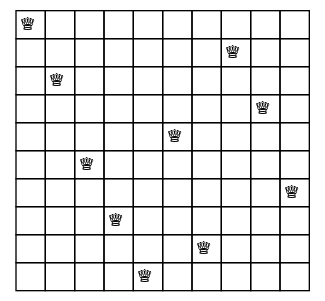
The Graphviz diagram graph.dot.png in CSUNSA1704250/parallel-nqueens-problem-omp, before a commit. Its source is kept beside it as graph.dot.
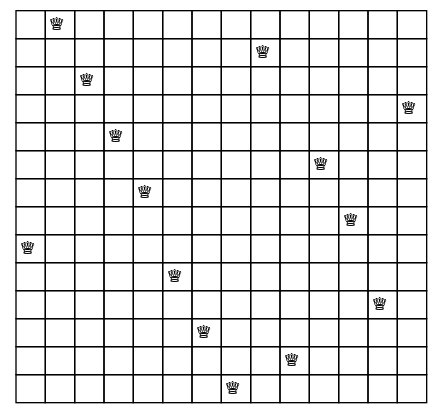
After the commit.

What changed in the source:
```diff
@@ -3,15 +3,19 @@
   some_node [
   label=<
   <table border="0" cellborder="1" cellspacing="0">
-  <tr><td>&#9813; </td><td> </td><td> </td><td> </td><td> </td><td> </td><td> </td><td> </td><td> </td><td> </td> </tr>
- <tr><td> </td><td> </td><td> </td><td> </td><td> </td><td> </td><td> </td><td>&#9813; </td><td> </td><td> </td> </tr>
- <tr><td> </td><td>&#9813; </td><td> </td><td> </td><td> </td><td> </td><td> </td><td> </td><td> </td><td> </td> </tr>
- <tr><td> </td><td> </td><td> </td><td> </td><td> </td><td> </td><td> </td><td> </td><td>&#9813; </td><td> </td> </tr>
- <tr><td> </td><td> </td><td> </td><td> </td><td> </td><td>&#9813; </td><td> </td><td> </td><td> </td><td> </td> </tr>
- <tr><td> </td><td> </td><td>&#9813; </td><td> </td><td> </td><td> </td><td> </td><td> </td><td> </td><td> </td> </tr>
- <tr><td> </td><td> </td><td> </td><td> </td><td> </td><td> </td><td> </td><td> </td><td> </td><td>&#9813; </td> </tr>
- <tr><td> </td><td> </td><td> </td><td>&#9813; </td><td> </td><td> </td><td> </td><td> </td><td> </td><td> </td> </tr>
- <tr><td> </td><td> </td><td> </td><td> </td><td> </td><td> </td><td>&#9813; </td><td> </td><td> </td><td> </td> </tr>
- <tr><td> </td><td> </td><td> </td><td> </td><td>&#9813; </td><td> </td><td> </td><td> </td><td> </td><td> </td> </tr>
+  <tr><td> </td><td>&#9813; </td><td> </td><td> </td><td> </td><td> </td><td> </td><td> </td><td> </td><td> </td><td> </td><td> </td><td> </td><td> </td> </tr>
+ <tr><td> </td><td> </td><td> </td><td> </td><td> </td><td> </td><td> </td><td> </td><td>&#9813; </td><td> </td><td> </td><td> </td><td> </td><td> </td> </tr>
+ <tr><td> </td><td> </td><td>&#9813; </td><td> </td><td> </td><td> </td><td> </td><td> </td><td> </td><td> </td><td> </td><td> </td><td> </td><td> </td> </tr>
+ <tr><td> </td><td> </td><td> </td><td> </td><td> </td><td> </td><td> </td><td> </td><td> </td><td> </td><td> </td><td> </td><td> </td><td>&#9813; </td> </tr>
+ <tr><td> </td><td> </td><td> </td><td>&#9813; </td><td> </td><td> </td><td> </td><td> </td><td> </td><td> </td><td> </td><td> </td><td> </td><td> </td> </tr>
+ <tr><td> </td><td> </td><td> </td><td> </td><td> </td><td> </td><td> </td><td> </td><td> </td><td> </td><td>&#9813; </td><td> </td><td> </td><td> </td> </tr>
+ <tr><td> </td><td> </td><td> </td><td> </td><td>&#9813; </td><td> </td><td> </td><td> </td><td> </td><td> </td><td> </td><td> </td><td> </td><td> </td> </tr>
+ <tr><td> </td><td> </td><td> </td><td> </td><td> </td><td> </td><td> </td><td> </td><td> </td><td> </td><td> </td><td>&#9813; </td><td> </td><td> </td> </tr>
+ <tr><td>&#9813; </td><td> </td><td> </td><td> </td><td> </td><td> </td><td> </td><td> </td><td> </td><td> </td><td> </td><td> </td><td> </td><td> </td> </tr>
+ <tr><td> </td><td> </td><td> </td><td> </td><td> </td><td>&#9813; </td><td> </td><td> </td><td> </td><td> </td><td> </td><td> </td><td> </td><td> </td> </tr>
+ <tr><td> </td><td> </td><td> </td><td> </td><td> </td><td> </td><td> </td><td> </td><td> </td><td> </td><td> </td><td> </td><td>&#9813; </td><td> </td> </tr>
+ <tr><td> </td><td> </td><td> </td><td> </td><td> </td><td> </td><td>&#9813; </td><td> </td><td> </td><td> </td><td> </td><td> </td><td> </td><td> </td> </tr>
+ <tr><td> </td><td> </td><td> </td><td> </td><td> </td><td> </td><td> </td><td> </td><td> </td><td>&#9813; </td><td> </td><td> </td><td> </td><td> </td> </tr>
+ <tr><td> </td><td> </td><td> </td><td> </td><td> </td><td> </td><td> </td><td>&#9813; </td><td> </td><td> </td><td> </td><td> </td><td> </td><td> </td> </tr>
 </table>>];
  }
```
